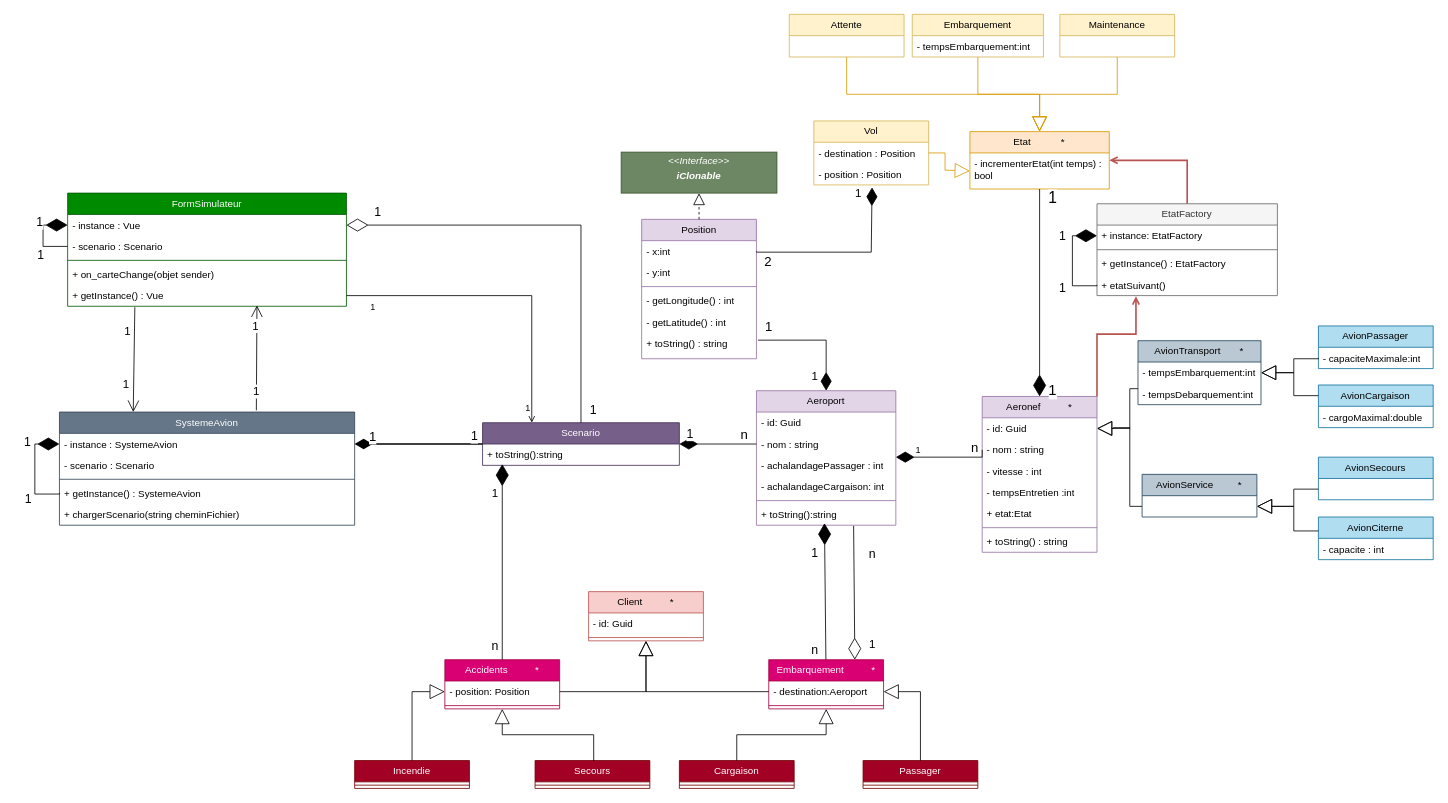
This is AviyonsSimulateur.drawio from felixcharbonneau/Echec, a draw.io file, before an edit. Source tidied: cells renumbered, new cells numbered last; positions are measured from the earlier drawing's top-left corner, leaving out a move shared by most shapes. Both pictures are drawn from the tidied source at 82%, with x=0, y=0 at pixel (34, 14).
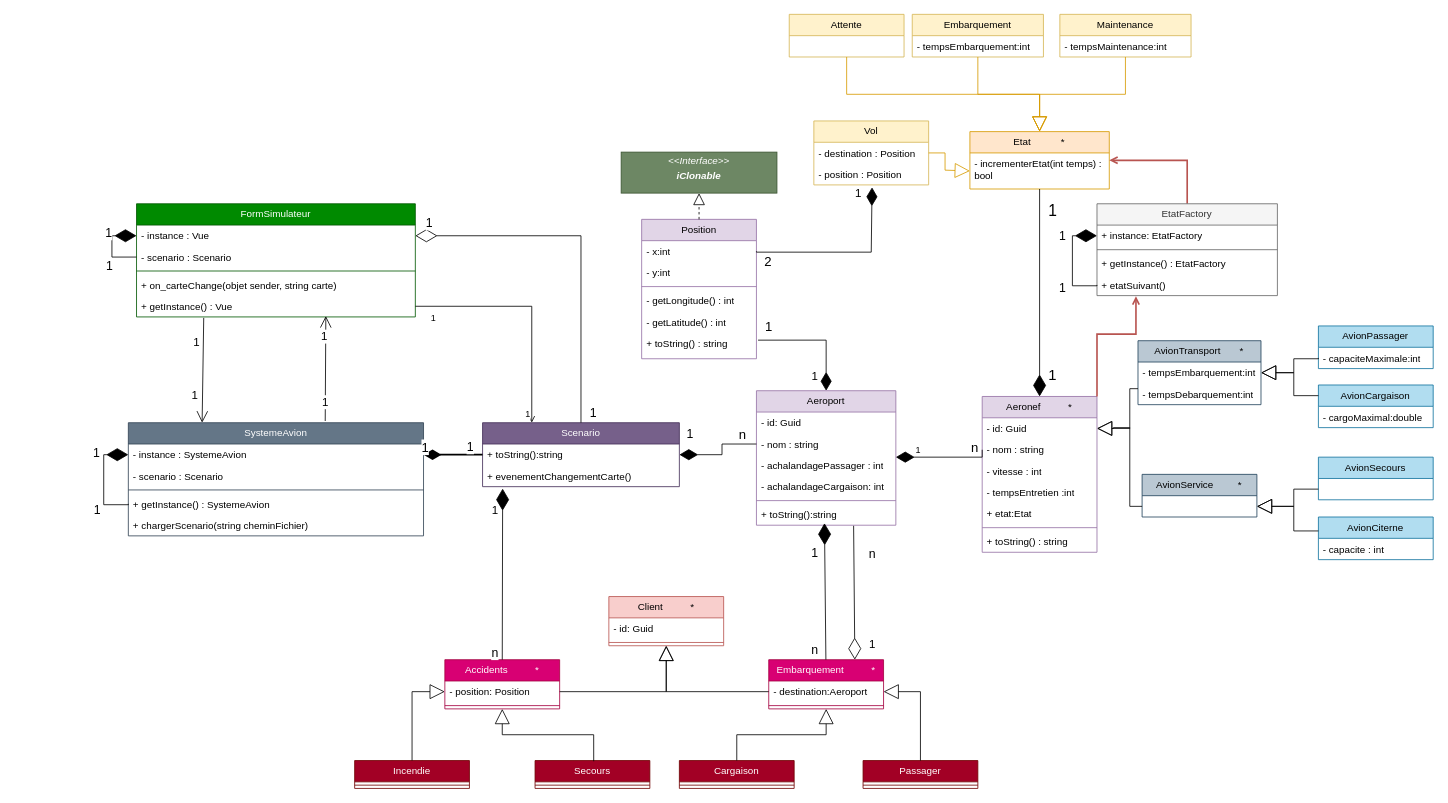
Above is the later version.

Unchanged cells that the change refers to:
```xml
<mxCell id="12" value="+ toString():string" style="text;strokeColor=none;fillColor=none;align=left;verticalAlign=top;spacingLeft=4;spacingRight=4;overflow=hidden;points=[[0,0.5],[1,0.5]];portConstraint=eastwest;whiteSpace=wrap;html=1;" parent="11" vertex="1">
  <mxGeometry y="26" width="240" height="26" as="geometry" />
</mxCell>
<mxCell id="13" style="edgeStyle=orthogonalEdgeStyle;rounded=0;jettySize=auto;html=1;exitX=0;exitY=0.5;exitDx=0;exitDy=0;endArrow=diamondThin;endFill=1;strokeWidth=2;endSize=16;" parent="1" edge="1" source="11" target="3">
  <mxGeometry relative="1" as="geometry" />
</mxCell>
<mxCell id="17" value="- instance : Vue" style="text;strokeColor=none;fillColor=none;align=left;verticalAlign=top;spacingLeft=4;spacingRight=4;overflow=hidden;points=[[0,0.5],[1,0.5]];portConstraint=eastwest;whiteSpace=wrap;html=1;" parent="16" vertex="1">
  <mxGeometry y="26" width="340" height="26" as="geometry" />
</mxCell>
<mxCell id="21" value="+ getInstance() : Vue" style="text;strokeColor=none;fillColor=none;align=left;verticalAlign=top;spacingLeft=4;spacingRight=4;overflow=hidden;points=[[0,0.5],[1,0.5]];portConstraint=eastwest;whiteSpace=wrap;html=1;" parent="16" vertex="1">
  <mxGeometry y="112" width="340" height="26" as="geometry" />
</mxCell>
<mxCell id="77" style="endArrow=diamondThin;endFill=1;endSize=24;html=1;rounded=0;entryX=0.5;entryY=0;entryDx=0;entryDy=0;exitX=0.5;exitY=1;exitDx=0;exitDy=0;" parent="1" edge="1" source="75" target="47">
  <mxGeometry relative="1" as="geometry" />
</mxCell>
<mxCell id="121" value="Accidents&amp;nbsp; &amp;nbsp; &amp;nbsp; &amp;nbsp; &amp;nbsp; *" style="swimlane;fontStyle=0;horizontal=1;startSize=26;fillColor=#d80073;whiteSpace=wrap;html=1;strokeColor=#A50040;fontColor=#ffffff;" parent="1" vertex="1">
  <mxGeometry x="500" y="787" width="140" height="60" as="geometry" />
</mxCell>
```

Change to the diagram source:
```diff
@@
     <mxCell id="2" value="SystemeAvion" style="swimlane;fontStyle=0;horizontal=1;startSize=26;fillColor=#647687;whiteSpace=wrap;html=1;strokeColor=#314354;fontColor=#ffffff;" parent="1" vertex="1">
-      <mxGeometry x="30" y="485" width="360" height="138" as="geometry" />
+      <mxGeometry x="114" y="498" width="360" height="138" as="geometry" />
     </mxCell>
@@
     <mxCell id="11" value="Scenario" style="swimlane;fontStyle=0;horizontal=1;startSize=26;fillColor=#76608a;whiteSpace=wrap;html=1;strokeColor=#432D57;fontColor=#ffffff;" parent="1" vertex="1">
-      <mxGeometry x="546" y="498" width="240" height="52" as="geometry" />
+      <mxGeometry x="546" y="498" width="240" height="78" as="geometry" />
     </mxCell>
@@
+    <mxCell id="148" value="+ evenementChangementCarte()" style="text;strokeColor=none;fillColor=none;align=left;verticalAlign=top;spacingLeft=4;spacingRight=4;overflow=hidden;points=[[0,0.5],[1,0.5]];portConstraint=eastwest;whiteSpace=wrap;html=1;" parent="11" vertex="1">
+      <mxGeometry y="52" width="240" height="26" as="geometry" />
+    </mxCell>
@@
     <mxCell id="15" value="1" style="edgeLabel;html=1;align=center;verticalAlign=middle;fontSize=15;" parent="13" vertex="1">
       <mxGeometry x="-0.67" y="-1" relative="1" as="geometry">
-        <mxPoint x="15" y="-10" as="offset" />
+        <mxPoint x="-4" y="-10" as="offset" />
       </mxGeometry>
     </mxCell>
     <mxCell id="16" value="FormSimulateur" style="swimlane;fontStyle=0;horizontal=1;startSize=26;fillColor=#008a00;whiteSpace=wrap;html=1;strokeColor=#005700;fontColor=#ffffff;" parent="1" vertex="1">
-      <mxGeometry x="40" y="218" width="340" height="138" as="geometry" />
+      <mxGeometry x="124" y="231" width="340" height="138" as="geometry" />
     </mxCell>
@@
-    <mxCell id="20" value="+ on_carteChange(objet sender)" style="text;strokeColor=none;fillColor=none;align=left;verticalAlign=top;spacingLeft=4;spacingRight=4;overflow=hidden;whiteSpace=wrap;html=1;" parent="16" vertex="1">
+    <mxCell id="20" value="+ on_carteChange(objet sender, string carte)" style="text;strokeColor=none;fillColor=none;align=left;verticalAlign=top;spacingLeft=4;spacingRight=4;overflow=hidden;whiteSpace=wrap;html=1;" parent="16" vertex="1">
       <mxGeometry y="86" width="340" height="26" as="geometry" />
     </mxCell>
@@
     <mxCell id="25" style="endArrow=open;endFill=1;endSize=12;html=1;rounded=0;entryX=0.25;entryY=0;entryDx=0;entryDy=0;exitX=0.241;exitY=1.045;exitDx=0;exitDy=0;exitPerimeter=0;" parent="1" edge="1" source="21">
       <mxGeometry relative="1" as="geometry">
-        <mxPoint x="120" y="485" as="targetPoint" />
+        <mxPoint x="204" y="498" as="targetPoint" />
       </mxGeometry>
     </mxCell>
@@
     <mxCell id="31" style="endArrow=diamondThin;endFill=0;endSize=24;html=1;rounded=0;exitX=0.5;exitY=0;exitDx=0;exitDy=0;edgeStyle=orthogonalEdgeStyle;entryX=1;entryY=0.5;entryDx=0;entryDy=0;" parent="1" edge="1" source="11" target="17">
       <mxGeometry relative="1" as="geometry">
         <Array as="points">
-          <mxPoint x="666" y="257" />
+          <mxPoint x="666" y="270" />
         </Array>
       </mxGeometry>
     </mxCell>
     <mxCell id="32" value="1" style="edgeLabel;html=1;align=center;verticalAlign=middle;fontSize=15;" parent="31" vertex="1">
       <mxGeometry x="-0.62" y="-3" relative="1" as="geometry">
-        <mxPoint x="11" y="83" as="offset" />
+        <mxPoint x="11" y="69" as="offset" />
       </mxGeometry>
     </mxCell>
@@
     <mxCell id="78" value="1" style="edgeLabel;html=1;align=center;verticalAlign=middle;fontSize=18;" parent="77" vertex="1">
       <mxGeometry x="0.18" y="2" relative="1" as="geometry">
-        <mxPoint x="13" y="96" as="offset" />
+        <mxPoint x="13" y="78" as="offset" />
       </mxGeometry>
     </mxCell>
     <mxCell id="79" value="1" style="edgeLabel;html=1;align=center;verticalAlign=middle;fontSize=19;" parent="77" vertex="1">
       <mxGeometry x="-0.32" y="-2" relative="1" as="geometry">
-        <mxPoint x="17" y="-75" as="offset" />
+        <mxPoint x="17" y="-59" as="offset" />
       </mxGeometry>
     </mxCell>
@@
     <mxCell id="114" value="Client&amp;nbsp; &amp;nbsp; &amp;nbsp; &amp;nbsp; &amp;nbsp; *" style="swimlane;fontStyle=0;horizontal=1;startSize=26;fillColor=#f8cecc;whiteSpace=wrap;html=1;strokeColor=#b85450;" parent="1" vertex="1">
-      <mxGeometry x="675.3" y="704" width="140" height="60" as="geometry" />
+      <mxGeometry x="700" y="710" width="140" height="60" as="geometry" />
     </mxCell>
@@
     <mxCell id="131" value="Maintenance" style="swimlane;fontStyle=0;horizontal=1;startSize=26;fillColor=#fff2cc;whiteSpace=wrap;html=1;strokeColor=#d6b656;" parent="1" vertex="1">
-      <mxGeometry x="1250" width="140" height="52" as="geometry" />
+      <mxGeometry x="1250" width="160" height="52" as="geometry" />
     </mxCell>
+    <mxCell id="149" value="- tempsMaintenance:int" style="text;strokeColor=none;fillColor=none;align=left;verticalAlign=top;spacingLeft=4;spacingRight=4;overflow=hidden;whiteSpace=wrap;html=1;" parent="131" vertex="1">
+      <mxGeometry y="26" width="160" height="26" as="geometry" />
+    </mxCell>
@@
-    <mxCell id="133" style="endArrow=diamondThin;endFill=1;endSize=24;html=1;rounded=0;entryX=0.1;entryY=0.941;entryDx=0;entryDy=0;entryPerimeter=0;exitX=0.5;exitY=0;exitDx=0;exitDy=0;edgeStyle=orthogonalEdgeStyle;" parent="1" edge="1" source="121" target="12">
+    <mxCell id="133" style="endArrow=diamondThin;endFill=1;endSize=24;html=1;rounded=0;entryX=0.102;entryY=1.09;entryDx=0;entryDy=0;entryPerimeter=0;exitX=0.5;exitY=0;exitDx=0;exitDy=0;edgeStyle=orthogonalEdgeStyle;" parent="1" edge="1" source="121" target="148">
       <mxGeometry relative="1" as="geometry">
         <Array as="points">
-          <mxPoint x="570" y="787" />
+          <mxPoint x="571" y="787" />
         </Array>
       </mxGeometry>
     </mxCell>
```
